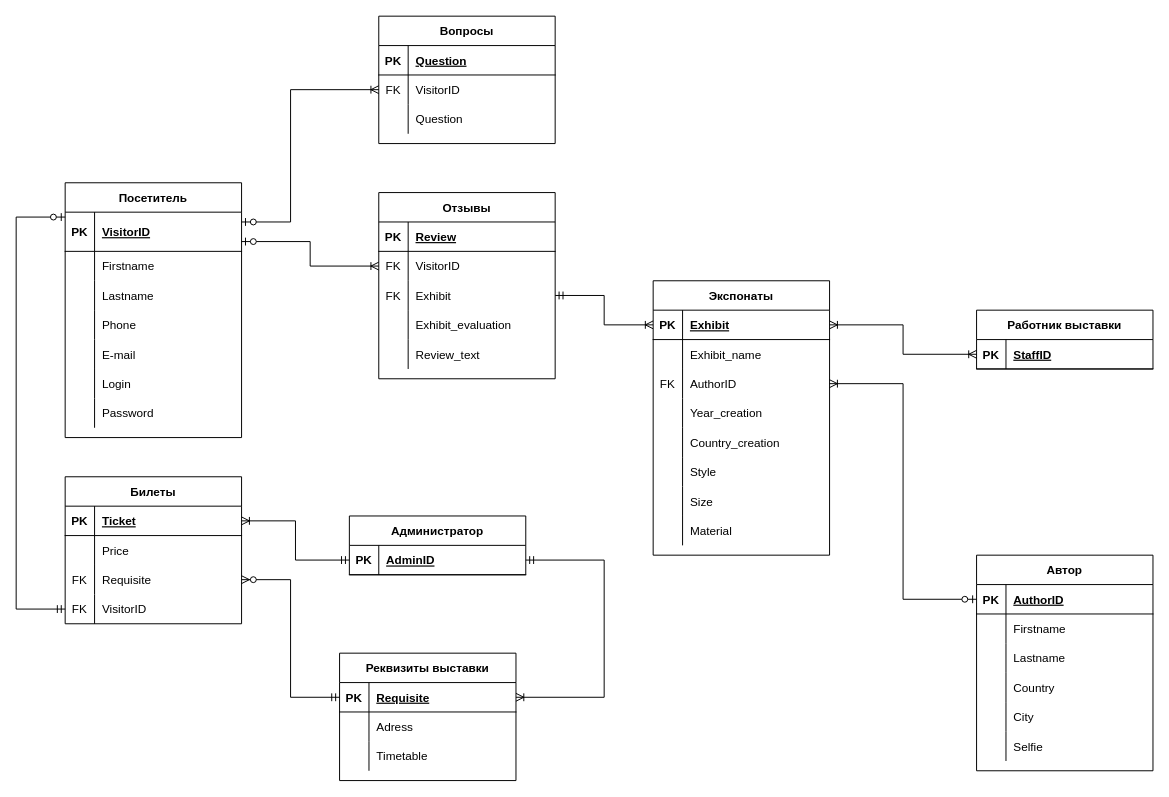
Earlier version of the draw.io diagram Diagrams/ER.drawio (OlgaMats/-). Source tidied: cells renumbered, new cells numbered last; positions are measured from the earlier drawing's top-left corner, leaving out a move shared by most shapes. Both pictures are drawn from the tidied source at 98%, with x=0, y=0 at pixel (16, 16).
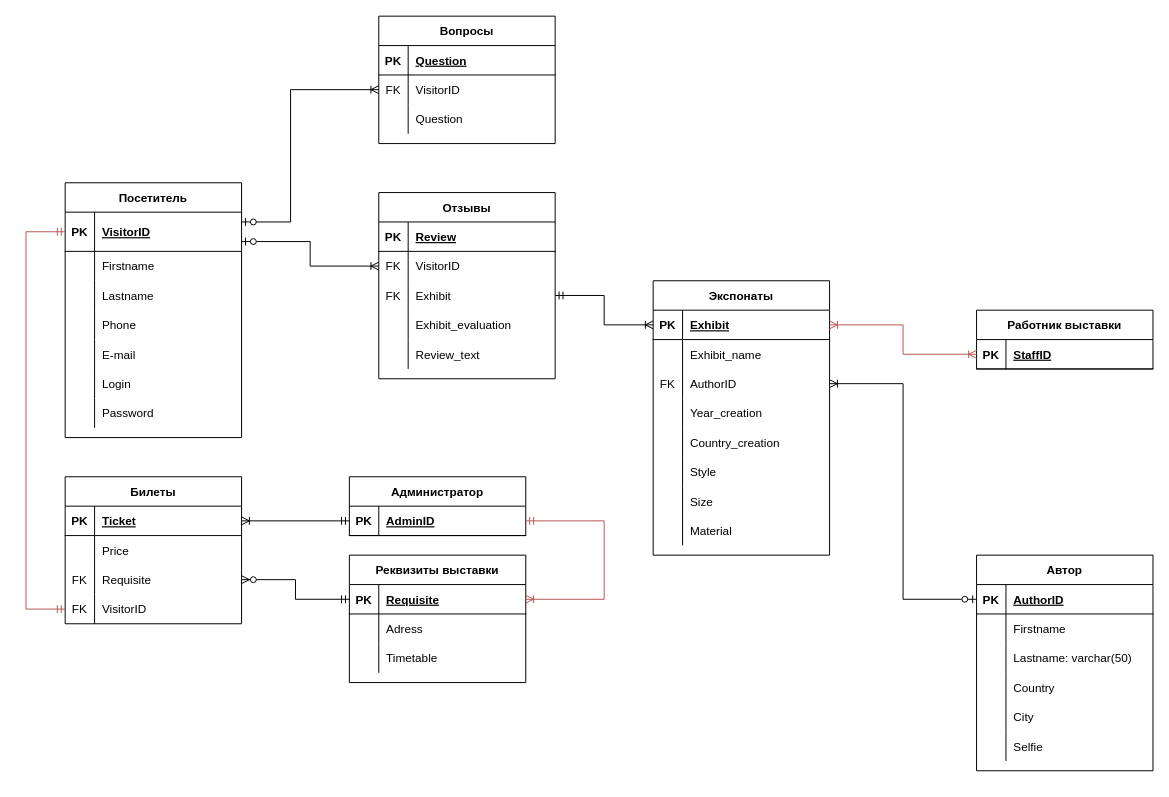
The same page after the edit.

Unchanged cells that the change refers to:
```xml
<mxCell id="3" style="shape=partialRectangle;fillColor=none;top=0;left=0;bottom=1;right=0;points=[[0,0.5],[1,0.5]];portConstraint=eastwest;" parent="2" vertex="1">
  <mxGeometry y="30" width="180" height="40" as="geometry" />
</mxCell>
<mxCell id="42" style="shape=partialRectangle;fillColor=none;top=0;left=0;bottom=1;right=0;points=[[0,0.5],[1,0.5]];portConstraint=eastwest;" parent="41" vertex="1">
  <mxGeometry y="30" width="180" height="30" as="geometry" />
</mxCell>
<mxCell id="46" style="shape=partialRectangle;fillColor=none;top=0;left=0;bottom=1;right=0;points=[[0,0.5],[1,0.5]];portConstraint=eastwest;" parent="45" vertex="1">
  <mxGeometry y="30" width="180" height="30" as="geometry" />
</mxCell>
<mxCell id="65" style="shape=partialRectangle;fillColor=none;top=0;left=0;bottom=0;right=0;points=[[0,0.5],[1,0.5]];portConstraint=eastwest;" parent="55" vertex="1">
  <mxGeometry y="120" width="180" height="30" as="geometry" />
</mxCell>
<mxCell id="69" style="shape=partialRectangle;fillColor=none;top=0;left=0;bottom=1;right=0;points=[[0,0.5],[1,0.5]];portConstraint=eastwest;" parent="68" vertex="1">
  <mxGeometry y="30" width="180" height="30" as="geometry" />
</mxCell>
<mxCell id="73" style="shape=partialRectangle;fillColor=none;top=0;left=0;bottom=1;right=0;points=[[0,0.5],[1,0.5]];portConstraint=eastwest;" parent="72" vertex="1">
  <mxGeometry y="30" width="180" height="30" as="geometry" />
</mxCell>
<mxCell id="104" style="shape=partialRectangle;fillColor=none;top=0;left=0;bottom=0;right=0;" parent="97" vertex="1">
  <mxGeometry y="90" width="180" height="30" as="geometry" />
</mxCell>
```

Diff of the diagram source:
```diff
@@
     <mxCell id="41" value="Администратор" style="shape=table;startSize=30;childLayout=tableLayout;rowLines=0;fontStyle=1;align=center;" parent="1" vertex="1">
-      <mxGeometry x="340" y="510" width="180" height="60" as="geometry" />
+      <mxGeometry x="340" y="470" width="180" height="60" as="geometry" />
     </mxCell>
@@
     <mxCell id="45" value="Реквизиты выставки" style="shape=table;startSize=30;childLayout=tableLayout;rowLines=0;fontStyle=1;align=center;" parent="1" vertex="1">
-      <mxGeometry x="330" y="650" width="180" height="130" as="geometry" />
+      <mxGeometry x="340" y="550" width="180" height="130" as="geometry" />
     </mxCell>
@@
-    <mxCell id="106" value="Lastname" style="shape=partialRectangle;fillColor=none;top=0;left=0;bottom=0;right=0;align=left;spacingLeft=6;overflow=hidden;" parent="104" vertex="1">
+    <mxCell id="106" value="Lastname: varchar(50)" style="shape=partialRectangle;fillColor=none;top=0;left=0;bottom=0;right=0;align=left;spacingLeft=6;overflow=hidden;" parent="104" vertex="1">
       <mxGeometry x="30" width="150" height="30" as="geometry" />
     </mxCell>
@@
-    <mxCell id="116" style="edgeStyle=orthogonalEdgeStyle;fontSize=12;html=1;endArrow=ERoneToMany;startArrow=ERoneToMany;rounded=0;" parent="1" edge="1" source="73" target="69">
+    <mxCell id="116" style="edgeStyle=orthogonalEdgeStyle;fontSize=12;html=1;endArrow=ERoneToMany;startArrow=ERoneToMany;rounded=0;fillColor=#f8cecc;strokeColor=#b85450;" parent="1" edge="1" source="73" target="69">
       <mxGeometry relative="1" as="geometry" />
     </mxCell>
@@
-    <mxCell id="118" style="edgeStyle=orthogonalEdgeStyle;fontSize=12;html=1;endArrow=ERoneToMany;startArrow=ERmandOne;rounded=0;" parent="1" edge="1" source="42" target="46">
+    <mxCell id="118" style="edgeStyle=orthogonalEdgeStyle;fontSize=12;html=1;endArrow=ERoneToMany;startArrow=ERmandOne;rounded=0;fillColor=#f8cecc;strokeColor=#b85450;" parent="1" edge="1" source="42" target="46">
       <mxGeometry relative="1" as="geometry">
         <Array as="points">
-          <mxPoint x="600" y="555" />
-          <mxPoint x="600" y="695" />
+          <mxPoint x="600" y="515" />
+          <mxPoint x="600" y="595" />
         </Array>
       </mxGeometry>
     </mxCell>
@@
-    <mxCell id="121" style="edgeStyle=orthogonalEdgeStyle;fontSize=12;html=1;endArrow=ERzeroToOne;startArrow=ERmandOne;rounded=0;" parent="1" edge="1" source="65" target="3">
+    <mxCell id="121" style="edgeStyle=orthogonalEdgeStyle;fontSize=12;html=1;endArrow=ERmandOne;startArrow=ERmandOne;rounded=0;endFill=0;fillColor=#f8cecc;strokeColor=#b85450;" parent="1" edge="1" source="65" target="3">
       <mxGeometry relative="1" as="geometry">
         <Array as="points">
-          <mxPoint y="605" />
-          <mxPoint y="205" />
+          <mxPoint x="10" y="605" />
+          <mxPoint x="10" y="220" />
         </Array>
       </mxGeometry>
     </mxCell>
```
